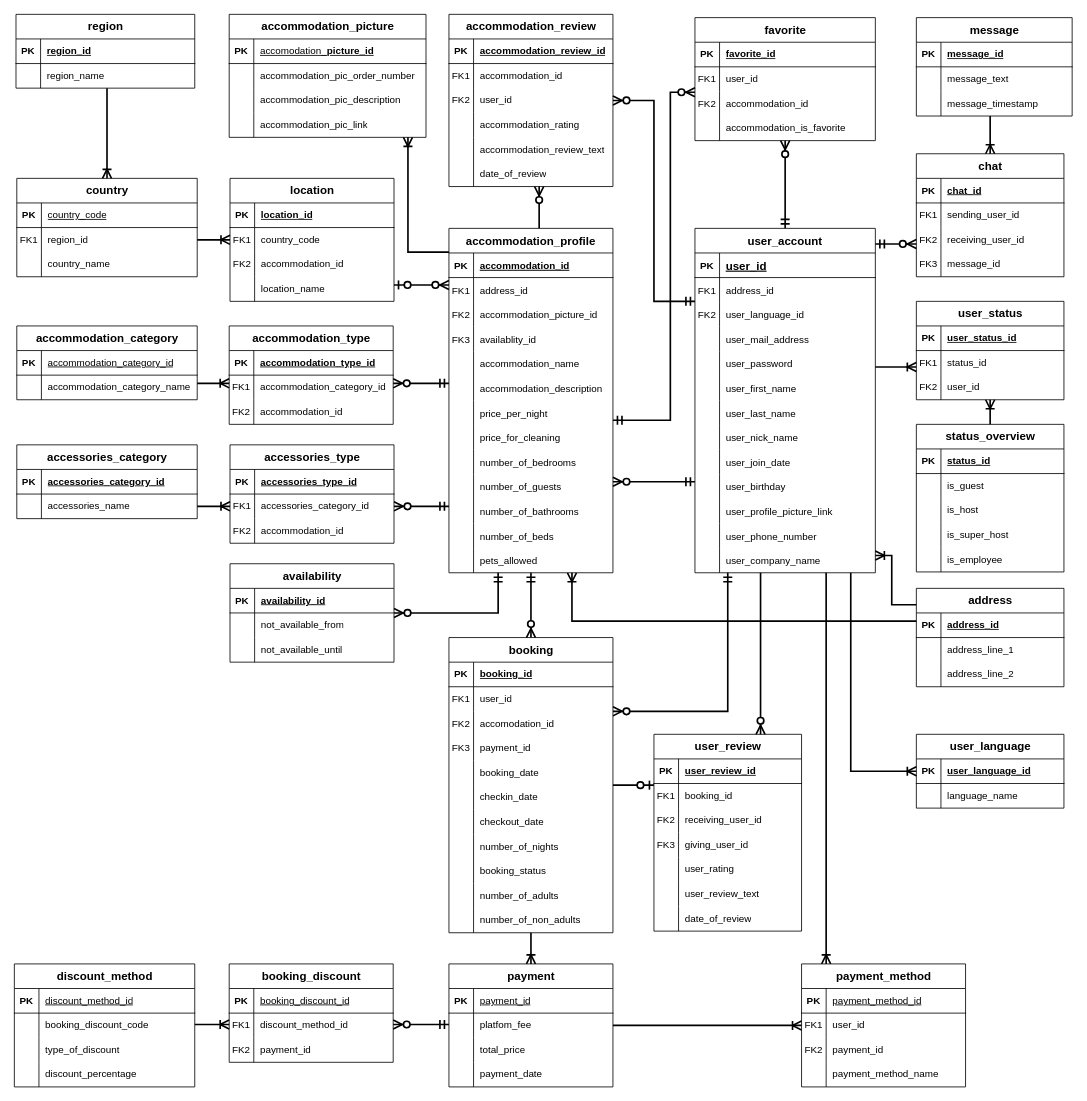
Before: Steffbnb.drawio in DaSteff91/SQL_Repo, a draw.io diagram. Source tidied: cells renumbered, new cells numbered last; positions are measured from the earlier drawing's top-left corner, leaving out a move shared by most shapes. Both pictures are drawn from the tidied source at 82%, with x=0, y=0 at pixel (14, 14).
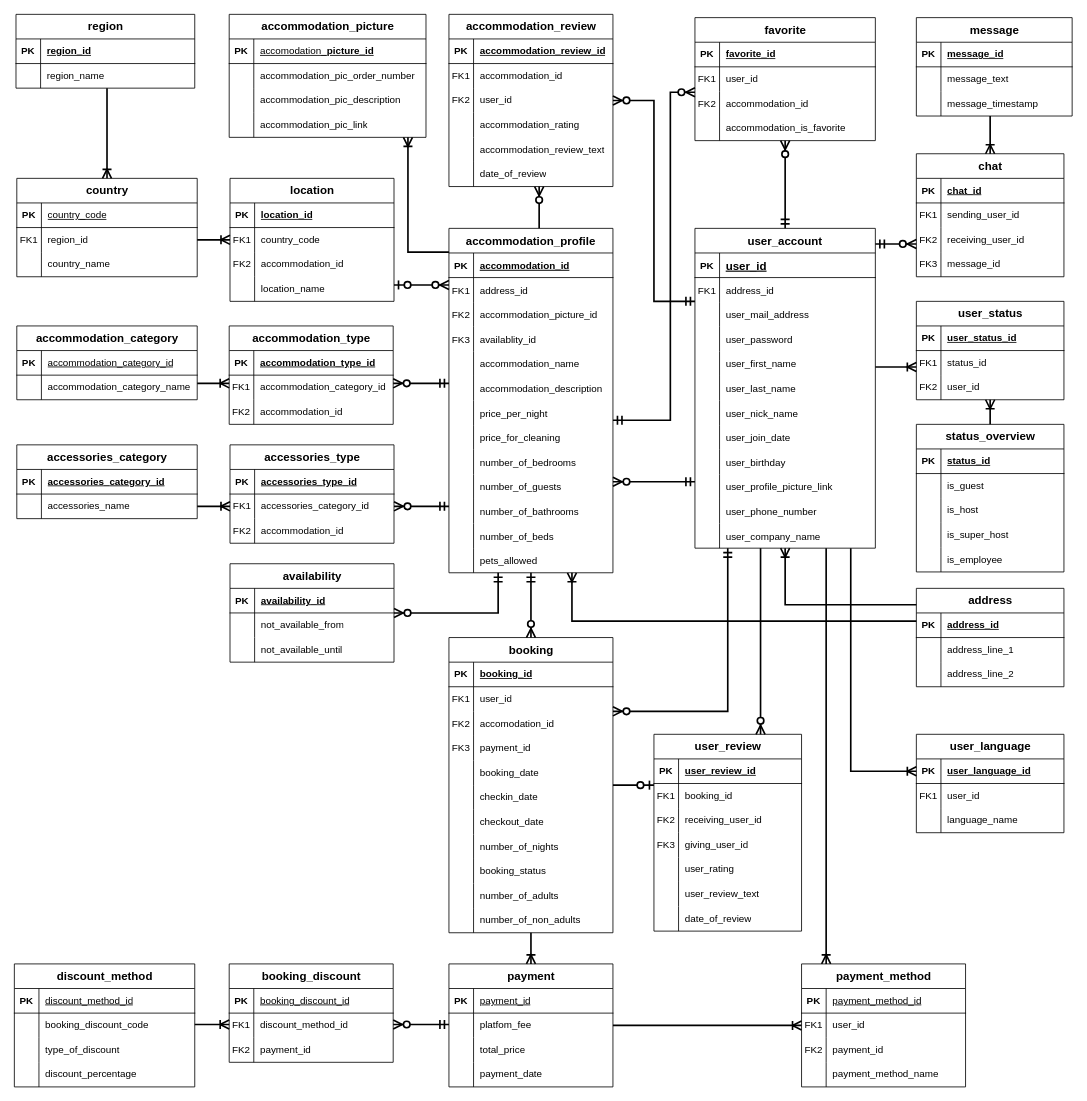
Above is the later version.

Commit message:
Changing the relationship between language and user entities

The change refers to these unchanged cells:
```xml
<mxCell id="237" value="address" style="shape=table;startSize=30;childLayout=tableLayout;rowLines=0;fontStyle=1;align=center;html=1;fontSize=14;labelBackgroundColor=none;" parent="1" vertex="1">
  <mxGeometry x="1100" y="700" width="180" height="120" as="geometry" />
</mxCell>
```

What changed in the source:
```diff
@@
     <mxCell id="2" value="user_account" style="shape=table;startSize=30;childLayout=tableLayout;rowLines=0;fontStyle=1;align=center;fontSize=14;resizeLastRow=0;swimlaneHead=1;swimlaneBody=1;horizontal=1;portConstraintRotation=0;noLabel=0;labelBackgroundColor=none;" parent="1" vertex="1">
-      <mxGeometry x="830" y="261" width="220" height="420" as="geometry" />
+      <mxGeometry x="830" y="261" width="220" height="390" as="geometry" />
     </mxCell>
@@
-    <mxCell id="9" style="shape=partialRectangle;fillColor=none;top=0;left=0;right=0;bottom=0;labelBackgroundColor=none;" parent="2" vertex="1">
-      <mxGeometry y="90" width="220" height="30" as="geometry" />
-    </mxCell>
-    <mxCell id="10" value="FK2" style="shape=partialRectangle;overflow=hidden;fillColor=none;top=0;left=0;bottom=0;right=0;labelBackgroundColor=none;" parent="9" vertex="1">
-      <mxGeometry width="30" height="30" as="geometry" />
-    </mxCell>
-    <mxCell id="11" value="user_language_id" style="shape=partialRectangle;overflow=hidden;fillColor=none;top=0;left=0;bottom=0;right=0;align=left;spacingLeft=6;labelBackgroundColor=none;" parent="9" vertex="1">
-      <mxGeometry x="30" width="190" height="30" as="geometry" />
-    </mxCell>
     <mxCell id="12" style="shape=partialRectangle;fillColor=none;top=0;left=0;right=0;bottom=0;labelBackgroundColor=none;" parent="2" vertex="1">
-      <mxGeometry y="120" width="220" height="30" as="geometry" />
+      <mxGeometry y="90" width="220" height="30" as="geometry" />
     </mxCell>
@@
     <mxCell id="15" style="shape=partialRectangle;fillColor=none;top=0;left=0;right=0;bottom=0;labelBackgroundColor=none;" parent="2" vertex="1">
-      <mxGeometry y="150" width="220" height="30" as="geometry" />
+      <mxGeometry y="120" width="220" height="30" as="geometry" />
     </mxCell>
@@
     <mxCell id="18" style="shape=partialRectangle;fillColor=none;top=0;left=0;right=0;bottom=0;labelBackgroundColor=none;" parent="2" vertex="1">
-      <mxGeometry y="180" width="220" height="30" as="geometry" />
+      <mxGeometry y="150" width="220" height="30" as="geometry" />
     </mxCell>
@@
     <mxCell id="21" style="shape=partialRectangle;fillColor=none;top=0;left=0;right=0;bottom=0;labelBackgroundColor=none;" parent="2" vertex="1">
-      <mxGeometry y="210" width="220" height="30" as="geometry" />
+      <mxGeometry y="180" width="220" height="30" as="geometry" />
     </mxCell>
@@
     <mxCell id="24" style="shape=partialRectangle;fillColor=none;top=0;left=0;right=0;bottom=0;labelBackgroundColor=none;" parent="2" vertex="1">
-      <mxGeometry y="240" width="220" height="30" as="geometry" />
+      <mxGeometry y="210" width="220" height="30" as="geometry" />
     </mxCell>
@@
     <mxCell id="27" style="shape=partialRectangle;fillColor=none;top=0;left=0;right=0;bottom=0;labelBackgroundColor=none;" parent="2" vertex="1">
-      <mxGeometry y="270" width="220" height="30" as="geometry" />
+      <mxGeometry y="240" width="220" height="30" as="geometry" />
     </mxCell>
@@
     <mxCell id="30" style="shape=partialRectangle;fillColor=none;top=0;left=0;right=0;bottom=0;labelBackgroundColor=none;" parent="2" vertex="1">
-      <mxGeometry y="300" width="220" height="30" as="geometry" />
+      <mxGeometry y="270" width="220" height="30" as="geometry" />
     </mxCell>
@@
     <mxCell id="33" style="shape=partialRectangle;fillColor=none;top=0;left=0;right=0;bottom=0;labelBackgroundColor=none;" parent="2" vertex="1">
-      <mxGeometry y="330" width="220" height="30" as="geometry" />
+      <mxGeometry y="300" width="220" height="30" as="geometry" />
     </mxCell>
@@
     <mxCell id="36" style="shape=partialRectangle;fillColor=none;top=0;left=0;right=0;bottom=0;labelBackgroundColor=none;" parent="2" vertex="1">
-      <mxGeometry y="360" width="220" height="30" as="geometry" />
+      <mxGeometry y="330" width="220" height="30" as="geometry" />
     </mxCell>
@@
     <mxCell id="39" style="shape=partialRectangle;fillColor=none;top=0;left=0;right=0;bottom=0;labelBackgroundColor=none;" parent="2" vertex="1">
-      <mxGeometry y="390" width="220" height="30" as="geometry" />
+      <mxGeometry y="360" width="220" height="30" as="geometry" />
     </mxCell>
@@
     <mxCell id="322" style="edgeStyle=orthogonalEdgeStyle;fontSize=12;html=1;endArrow=ERoneToMany;rounded=0;startSize=8;endSize=8;strokeWidth=2;labelBackgroundColor=none;fontColor=default;" parent="1" edge="1" source="237" target="2">
       <mxGeometry relative="1" as="geometry">
         <Array as="points">
-          <mxPoint x="1070" y="720" />
-          <mxPoint x="1070" y="660" />
+          <mxPoint x="940" y="720" />
         </Array>
       </mxGeometry>
     </mxCell>
@@
     <mxCell id="326" value="user_language" style="shape=table;startSize=30;childLayout=tableLayout;rowLines=0;fontStyle=1;align=center;html=1;fontSize=14;labelBackgroundColor=none;" parent="1" vertex="1">
-      <mxGeometry x="1100" y="878" width="180" height="90" as="geometry" />
+      <mxGeometry x="1100" y="878" width="180" height="120" as="geometry" />
     </mxCell>
@@
+    <mxCell id="402" style="shape=tableRow;horizontal=0;startSize=0;swimlaneHead=0;swimlaneBody=0;fillColor=none;top=0;left=0;right=0;bottom=0;labelBackgroundColor=none;" parent="326" vertex="1">
+      <mxGeometry y="60" width="180" height="30" as="geometry" />
+    </mxCell>
+    <mxCell id="403" value="FK1" style="shape=partialRectangle;fillColor=none;top=0;left=0;bottom=0;right=0;overflow=hidden;whiteSpace=wrap;html=1;labelBackgroundColor=none;" parent="402" vertex="1">
+      <mxGeometry width="30" height="30" as="geometry" />
+    </mxCell>
+    <mxCell id="404" value="user_id" style="shape=partialRectangle;fillColor=none;top=0;left=0;bottom=0;right=0;align=left;spacingLeft=6;overflow=hidden;whiteSpace=wrap;html=1;labelBackgroundColor=none;" parent="402" vertex="1">
+      <mxGeometry x="30" width="150" height="30" as="geometry" />
+    </mxCell>
     <mxCell id="330" style="shape=tableRow;horizontal=0;startSize=0;swimlaneHead=0;swimlaneBody=0;fillColor=none;top=0;left=0;right=0;bottom=0;labelBackgroundColor=none;" parent="326" vertex="1">
-      <mxGeometry y="60" width="180" height="30" as="geometry" />
+      <mxGeometry y="90" width="180" height="30" as="geometry" />
     </mxCell>
```
